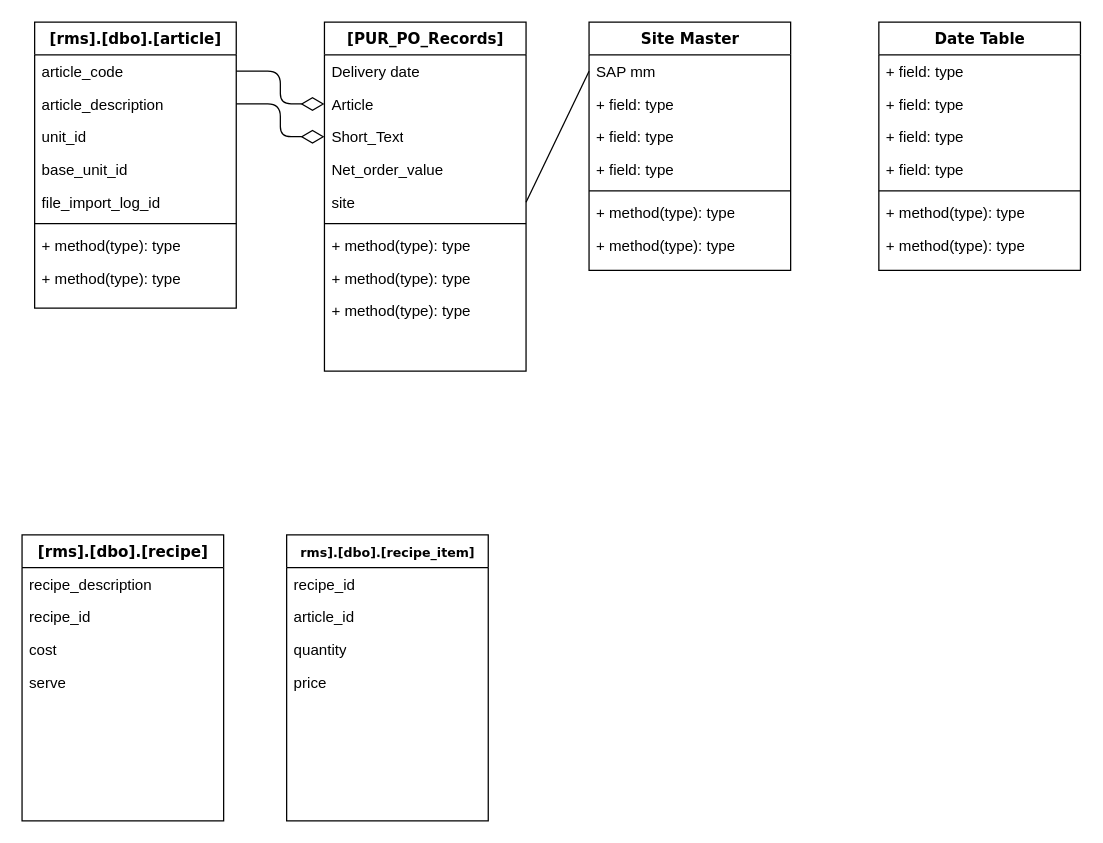
This is Untitled Diagram.drawio from lolanto-ds/diagram, a draw.io file, before an edit. Source tidied: cells renumbered, new cells numbered last; positions are measured from the earlier drawing's top-left corner, leaving out a move shared by most shapes. Both pictures are drawn from the tidied source at 126%, with x=0, y=0 at pixel (21, 21).
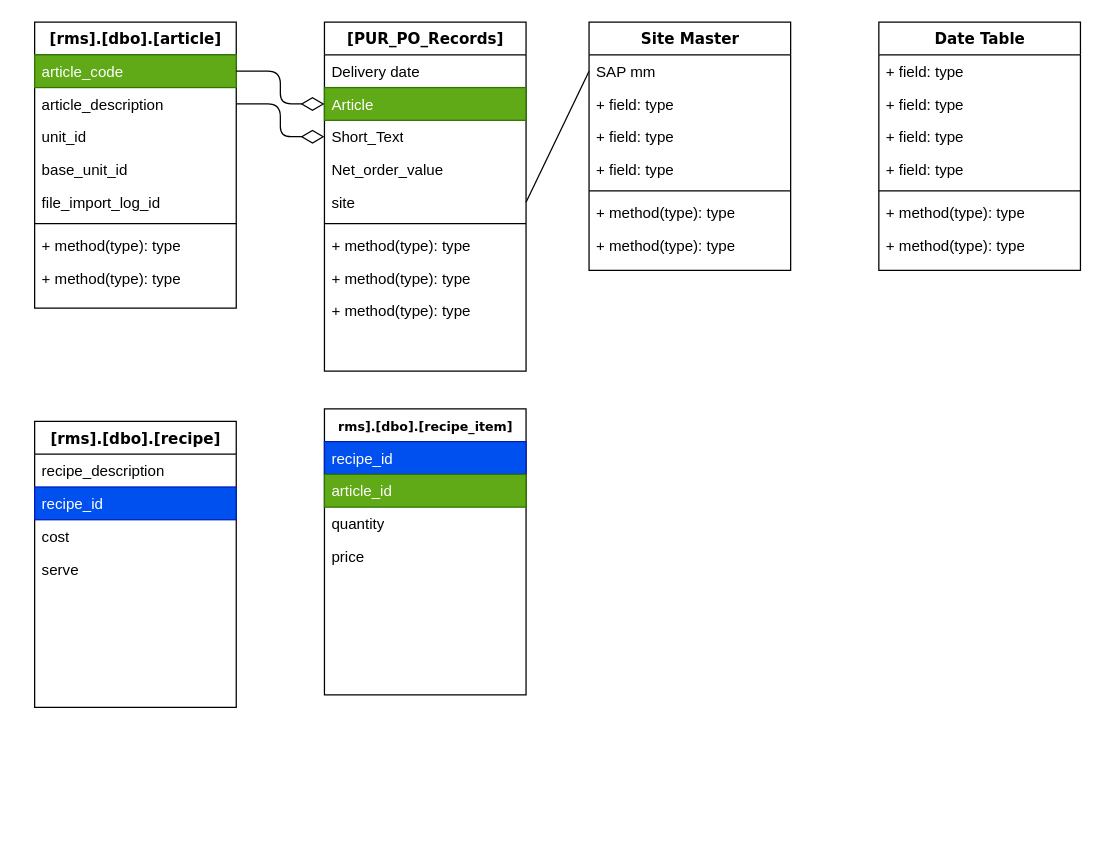
The same page after the edit.

Unchanged cells that the change refers to:
```xml
<mxCell id="2" value="[rms].[dbo].[article]" style="swimlane;html=1;fontStyle=1;align=center;verticalAlign=top;horizontal=1;startSize=26;swimlaneFillColor=#ffffff;rounded=0;shadow=0;comic=0;labelBackgroundColor=none;strokeWidth=1;fillColor=none;fontFamily=Verdana;fontSize=12;" parent="1" vertex="1">
  <mxGeometry x="10" width="160" height="227" as="geometry" />
</mxCell>
<mxCell id="11" value="[PUR_PO_Records]" style="swimlane;html=1;fontStyle=1;align=center;verticalAlign=top;horizontal=1;startSize=26;swimlaneFillColor=#ffffff;rounded=0;shadow=0;comic=0;labelBackgroundColor=none;strokeWidth=1;fillColor=none;fontFamily=Verdana;fontSize=12;" parent="1" vertex="1">
  <mxGeometry x="240" width="160" height="277" as="geometry" />
</mxCell>
```

Diff of the diagram source:
```diff
@@
-    <mxCell id="3" value="article_code" style="text;html=1;strokeColor=none;fillColor=none;align=left;verticalAlign=top;spacingLeft=4;spacingRight=4;whiteSpace=wrap;overflow=hidden;points=[[0,0.5],[1,0.5]];portConstraint=eastwest;" parent="2" vertex="1">
+    <mxCell id="3" value="article_code" style="text;html=1;strokeColor=#2D7600;fillColor=#60a917;align=left;verticalAlign=top;spacingLeft=4;spacingRight=4;whiteSpace=wrap;overflow=hidden;points=[[0,0.5],[1,0.5]];portConstraint=eastwest;fontColor=#ffffff;" parent="2" vertex="1">
       <mxGeometry y="26" width="160" height="26" as="geometry" />
     </mxCell>
@@
-    <mxCell id="13" value="Article" style="text;html=1;strokeColor=none;fillColor=none;align=left;verticalAlign=top;spacingLeft=4;spacingRight=4;whiteSpace=wrap;overflow=hidden;points=[[0,0.5],[1,0.5]];portConstraint=eastwest;" parent="11" vertex="1">
+    <mxCell id="13" value="Article" style="text;html=1;strokeColor=#2D7600;fillColor=#60a917;align=left;verticalAlign=top;spacingLeft=4;spacingRight=4;whiteSpace=wrap;overflow=hidden;points=[[0,0.5],[1,0.5]];portConstraint=eastwest;fontColor=#ffffff;" parent="11" vertex="1">
       <mxGeometry y="52" width="160" height="26" as="geometry" />
     </mxCell>
@@
     <mxCell id="29" value="&lt;font style=&quot;font-size: 10px;&quot;&gt;rms].[dbo].[recipe_item]&lt;/font&gt;" style="swimlane;html=1;fontStyle=1;align=center;verticalAlign=top;horizontal=1;startSize=26;swimlaneFillColor=#ffffff;rounded=0;shadow=0;comic=0;labelBackgroundColor=none;strokeWidth=1;fillColor=none;fontFamily=Verdana;fontSize=12;" parent="1" vertex="1">
-      <mxGeometry x="210" y="407" width="160" height="227" as="geometry" />
+      <mxGeometry x="240" y="307" width="160" height="227" as="geometry" />
     </mxCell>
-    <mxCell id="30" value="recipe_id" style="text;html=1;strokeColor=none;fillColor=none;align=left;verticalAlign=top;spacingLeft=4;spacingRight=4;whiteSpace=wrap;overflow=hidden;" parent="29" vertex="1">
+    <mxCell id="30" value="recipe_id" style="text;html=1;strokeColor=#001DBC;fillColor=#0050ef;align=left;verticalAlign=top;spacingLeft=4;spacingRight=4;whiteSpace=wrap;overflow=hidden;fontColor=#ffffff;" parent="29" vertex="1">
       <mxGeometry y="26" width="160" height="26" as="geometry" />
     </mxCell>
-    <mxCell id="31" value="article_id" style="text;html=1;strokeColor=none;fillColor=none;align=left;verticalAlign=top;spacingLeft=4;spacingRight=4;whiteSpace=wrap;overflow=hidden;" parent="29" vertex="1">
+    <mxCell id="31" value="article_id" style="text;html=1;strokeColor=#2D7600;fillColor=#60a917;align=left;verticalAlign=top;spacingLeft=4;spacingRight=4;whiteSpace=wrap;overflow=hidden;fontColor=#ffffff;" parent="29" vertex="1">
       <mxGeometry y="52" width="160" height="26" as="geometry" />
     </mxCell>
@@
     <mxCell id="45" value="[rms].[dbo].[recipe]" style="swimlane;html=1;fontStyle=1;align=center;verticalAlign=top;horizontal=1;startSize=26;swimlaneFillColor=#ffffff;rounded=0;shadow=0;comic=0;labelBackgroundColor=none;strokeWidth=1;fillColor=none;fontFamily=Verdana;fontSize=12;" parent="1" vertex="1">
-      <mxGeometry y="407" width="160" height="227" as="geometry" />
+      <mxGeometry x="10" y="317" width="160" height="227" as="geometry" />
     </mxCell>
@@
-    <mxCell id="47" value="recipe_id" style="text;html=1;strokeColor=none;fillColor=none;align=left;verticalAlign=top;spacingLeft=4;spacingRight=4;whiteSpace=wrap;overflow=hidden;" parent="45" vertex="1">
+    <mxCell id="47" value="recipe_id" style="text;html=1;strokeColor=#001DBC;fillColor=#0050ef;align=left;verticalAlign=top;spacingLeft=4;spacingRight=4;whiteSpace=wrap;overflow=hidden;fontColor=#ffffff;" parent="45" vertex="1">
       <mxGeometry y="52" width="160" height="26" as="geometry" />
     </mxCell>
```
